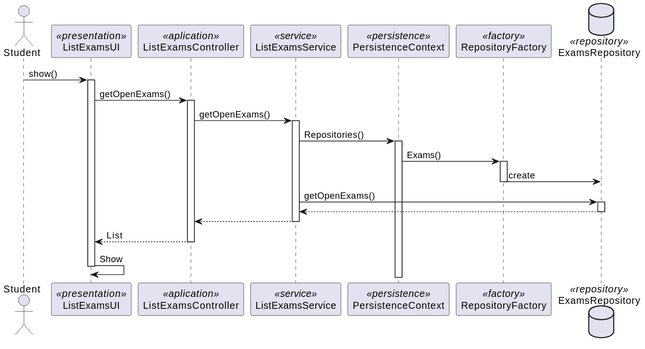
This is docs/SPRINT B/US2002 - List My Exams/US2002-SD.svg from mascenso/isep-sem4-lapr4, a PlantUML export, as it was before one commit. Its diagram source:
```plantuml
@startuml
actor Student as Actor
participant ListExamsUI as UI <<presentation>>
participant ListExamsController as Controller <<aplication>>
participant ListExamsService as Service <<service>>
participant PersistenceContext as Persistence <<persistence>>
participant RepositoryFactory as Factory <<factory>>
database ExamsRepository as Repository <<repository>>

Actor -> UI: show()
activate UI
    UI -> Controller: getOpenExams()
        activate Controller
        Controller -> Service: getOpenExams()
        activate Service
        Service -> Persistence: Repositories()
        activate Persistence
        Persistence -> Factory: Exams()
                    activate Factory
            Factory -> Repository: create

            deactivate Factory
        Service -> Repository: getOpenExams()
                activate Repository
        Repository --> Service
        deactivate Repository
        Service--> Controller
        deactivate Service
        Controller --> UI: List
    deactivate Controller
    UI -> UI:Show
deactivate UI
@enduml
```
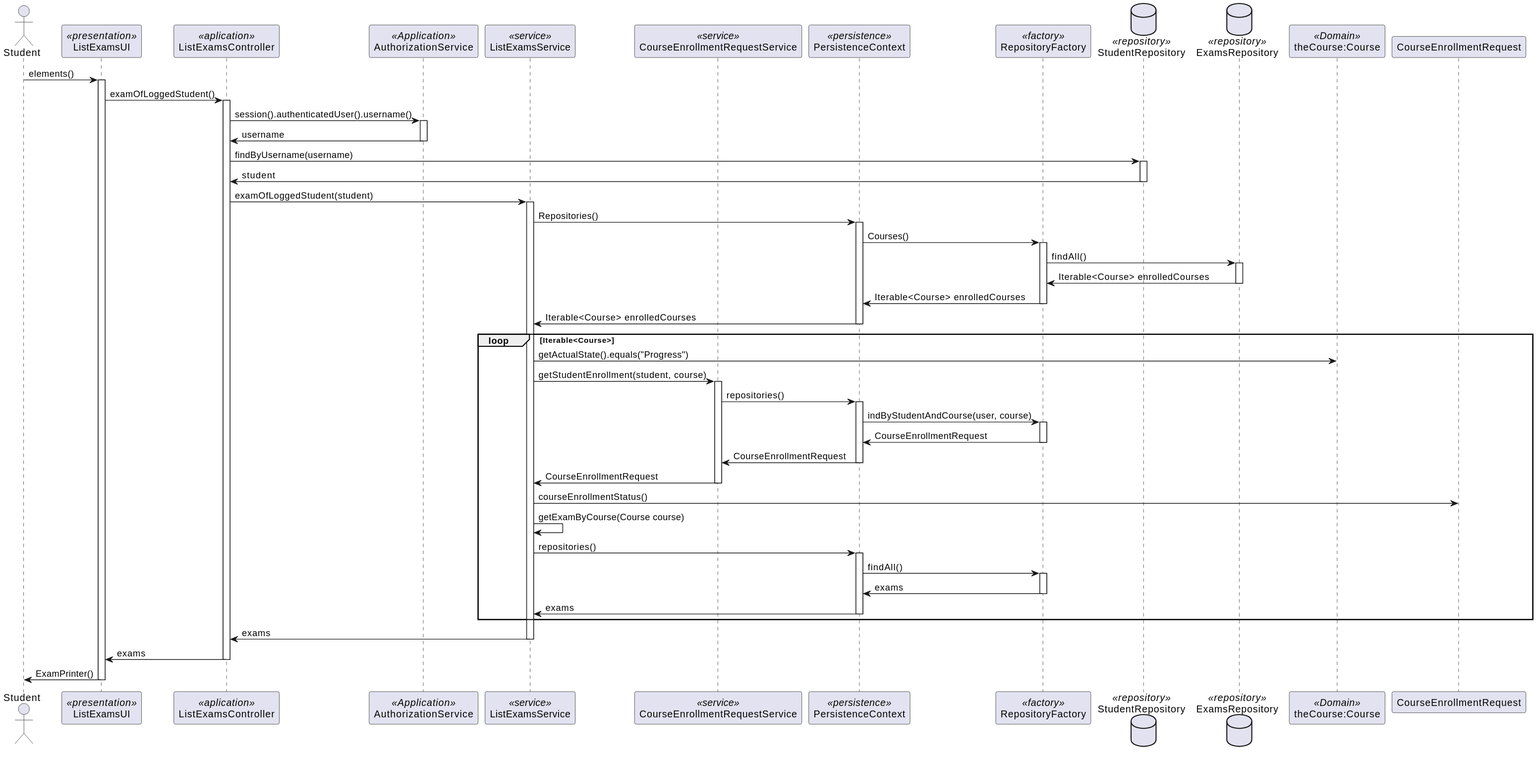
After the change.

What changed in the source:
```diff
@@ -2,32 +2,70 @@
 actor Student as Actor
 participant ListExamsUI as UI <<presentation>>
 participant ListExamsController as Controller <<aplication>>
+participant AuthorizationService as Authz <<Application>>
 participant ListExamsService as Service <<service>>
+participant CourseEnrollmentRequestService as CERService <<service>>
 participant PersistenceContext as Persistence <<persistence>>
 participant RepositoryFactory as Factory <<factory>>
+database StudentRepository as studentRepository <<repository>>
 database ExamsRepository as Repository <<repository>>
+participant "theCourse:Course" as Course <<Domain>>
 
-Actor -> UI: show()
+Actor -> UI: elements()
 activate UI
-    UI -> Controller: getOpenExams()
-        activate Controller
-        Controller -> Service: getOpenExams()
-        activate Service
-        Service -> Persistence: Repositories()
+UI -> Controller: examOfLoggedStudent()
+activate Controller
+Controller -> Authz: session().authenticatedUser().username()
+activate Authz
+Authz -> Controller: username
+deactivate Authz
+Controller -> studentRepository: findByUsername(username)
+activate studentRepository
+studentRepository -> Controller: student
+deactivate studentRepository
+Controller -> Service: examOfLoggedStudent(student)
+activate Service
+Service -> Persistence: Repositories()
+activate Persistence
+Persistence -> Factory: Courses()
+activate Factory
+Factory -> Repository: findAll()
+activate Repository
+Repository -> Factory: Iterable<Course> enrolledCourses
+deactivate Repository
+Factory -> Persistence: Iterable<Course> enrolledCourses
+deactivate Factory
+Persistence -> Service: Iterable<Course> enrolledCourses
+deactivate Persistence
+    loop Iterable<Course>
+        Service -> Course: getActualState().equals("Progress")
+        Service -> CERService: getStudentEnrollment(student, course)
+        activate CERService
+        CERService -> Persistence: repositories()
         activate Persistence
-        Persistence -> Factory: Exams()
-                    activate Factory
-            Factory -> Repository: create
-
-            deactivate Factory
-        Service -> Repository: getOpenExams()
-                activate Repository
-        Repository --> Service
-        deactivate Repository
-        Service--> Controller
-        deactivate Service
-        Controller --> UI: List
-    deactivate Controller
-    UI -> UI:Show
+        Persistence -> Factory: indByStudentAndCourse(user, course)
+        activate Factory
+        Factory -> Persistence: CourseEnrollmentRequest
+        deactivate Factory
+        Persistence -> CERService: CourseEnrollmentRequest
+        deactivate Persistence
+        CERService -> Service: CourseEnrollmentRequest
+        deactivate CERService
+        Service -> CourseEnrollmentRequest: courseEnrollmentStatus()
+        Service -> Service: getExamByCourse(Course course)
+        Service -> Persistence: repositories()
+        activate Persistence
+        Persistence -> Factory: findAll()
+        activate Factory
+        Factory -> Persistence: exams
+        deactivate Factory
+        Persistence -> Service: exams
+        deactivate Persistence
+    end
+Service -> Controller: exams
+deactivate Service
+Controller -> UI: exams
+deactivate Controller
+UI -> Actor: ExamPrinter()
 deactivate UI
 @enduml
```
